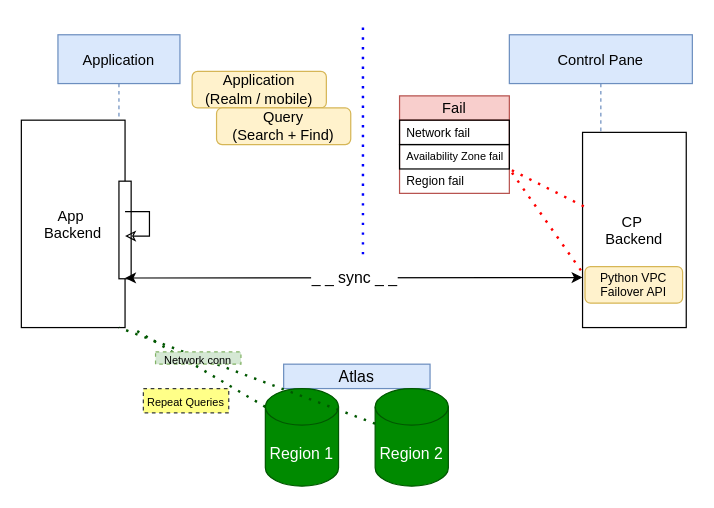
jakeskeez/Diagrams keeps this draw.io diagram as Untitled Diagram.drawio. Above is the earlier version. Source tidied: cells renumbered, new cells numbered last; positions are measured from the earlier drawing's top-left corner, leaving out a move shared by most shapes. Both pictures are drawn from the tidied source at 122%, with x=0, y=0 at pixel (21, 22).
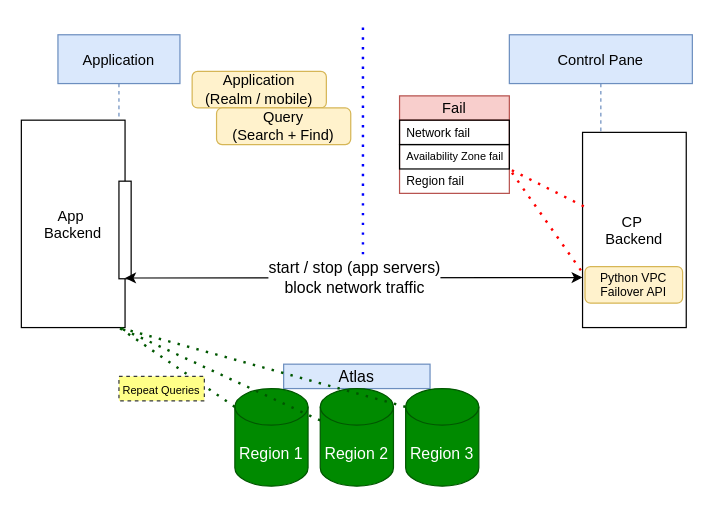
The same diagram, later.

Unchanged cells that the change refers to:
```xml
<mxCell id="2" value="Application" style="shape=umlLifeline;perimeter=lifelinePerimeter;rounded=0;shadow=0;strokeWidth=1;fillColor=#dae8fc;strokeColor=#6c8ebf;" parent="1" vertex="1">
  <mxGeometry x="30" y="10" width="100" height="240" as="geometry" />
</mxCell>
<mxCell id="3" value="App &#10;Backend" style="points=[];perimeter=orthogonalPerimeter;rounded=0;shadow=0;strokeWidth=1;" parent="2" vertex="1">
  <mxGeometry x="-30" y="70" width="85" height="170" as="geometry" />
</mxCell>
```

The edit, as a diff of the source:
```diff
@@
-    <mxCell id="5" style="edgeStyle=orthogonalEdgeStyle;rounded=0;orthogonalLoop=1;jettySize=auto;html=1;fontSize=9;endArrow=classic;endFill=0;" parent="2" edge="1" source="3" target="3">
-      <mxGeometry relative="1" as="geometry" />
-    </mxCell>
@@
     <mxCell id="17" value="Region 1" style="shape=cylinder3;whiteSpace=wrap;html=1;boundedLbl=1;backgroundOutline=1;size=15;fontSize=13;strokeColor=#005700;fillColor=#008a00;fontColor=#ffffff;" parent="1" vertex="1">
-      <mxGeometry x="200" y="300" width="60" height="80" as="geometry" />
+      <mxGeometry x="175" y="300" width="60" height="80" as="geometry" />
     </mxCell>
     <mxCell id="18" value="Region 2" style="shape=cylinder3;whiteSpace=wrap;html=1;boundedLbl=1;backgroundOutline=1;size=15;fontSize=13;strokeColor=#005700;fillColor=#008a00;fontColor=#ffffff;" parent="1" vertex="1">
-      <mxGeometry x="290" y="300" width="60" height="80" as="geometry" />
+      <mxGeometry x="245" y="300" width="60" height="80" as="geometry" />
     </mxCell>
     <mxCell id="19" style="endArrow=none;dashed=1;html=1;dashPattern=1 3;strokeWidth=2;rounded=0;fontSize=13;exitX=0;exitY=0;exitDx=0;exitDy=15;exitPerimeter=0;fillColor=#008a00;strokeColor=#005700;" parent="1" edge="1" source="17">
       <mxGeometry relative="1" as="geometry">
-        <mxPoint x="90" y="250" as="targetPoint" />
+        <mxPoint x="80" y="250" as="targetPoint" />
       </mxGeometry>
     </mxCell>
@@
     <mxCell id="21" value="&lt;font style=&quot;font-size: 9px&quot;&gt;Repeat Queries&lt;/font&gt;" style="text;html=1;strokeColor=#36393d;fillColor=#ffff88;align=center;verticalAlign=middle;whiteSpace=wrap;rounded=0;fontSize=13;dashed=1;" parent="1" vertex="1">
-      <mxGeometry x="100" y="300" width="70" height="20" as="geometry" />
+      <mxGeometry x="80" y="290" width="70" height="20" as="geometry" />
     </mxCell>
-    <mxCell id="22" value="_ _ sync _ _" style="endArrow=classic;startArrow=classic;html=1;rounded=0;fontSize=13;exitX=1;exitY=0.761;exitDx=0;exitDy=0;exitPerimeter=0;" parent="1" edge="1" source="3">
+    <mxCell id="22" value="start / stop (app servers)&lt;br&gt;block network traffic" style="endArrow=classic;startArrow=classic;html=1;rounded=0;fontSize=13;exitX=1;exitY=0.761;exitDx=0;exitDy=0;exitPerimeter=0;" parent="1" edge="1" source="3">
       <mxGeometry relative="1" as="geometry">
         <mxPoint x="460" y="209" as="targetPoint" />
       </mxGeometry>
     </mxCell>
-    <mxCell id="23" value="&lt;font style=&quot;font-size: 9px&quot;&gt;Network conn&lt;/font&gt;" style="text;html=1;strokeColor=#82b366;fillColor=#d5e8d4;align=center;verticalAlign=middle;whiteSpace=wrap;rounded=0;fontSize=13;dashed=1;" parent="1" vertex="1">
-      <mxGeometry x="110" y="270" width="70" height="10" as="geometry" />
-    </mxCell>
@@
+    <mxCell id="25" value="Region 3" style="shape=cylinder3;whiteSpace=wrap;html=1;boundedLbl=1;backgroundOutline=1;size=15;fontSize=13;strokeColor=#005700;fillColor=#008a00;fontColor=#ffffff;" parent="1" vertex="1">
+      <mxGeometry x="315" y="300" width="60" height="80" as="geometry" />
+    </mxCell>
+    <mxCell id="26" style="endArrow=none;dashed=1;html=1;dashPattern=1 3;strokeWidth=2;rounded=0;fontSize=13;fillColor=#008a00;strokeColor=#005700;exitX=0;exitY=0;exitDx=0;exitDy=15;exitPerimeter=0;" parent="1" edge="1" source="25">
+      <mxGeometry relative="1" as="geometry">
+        <mxPoint x="80" y="250" as="targetPoint" />
+      </mxGeometry>
+    </mxCell>
```
